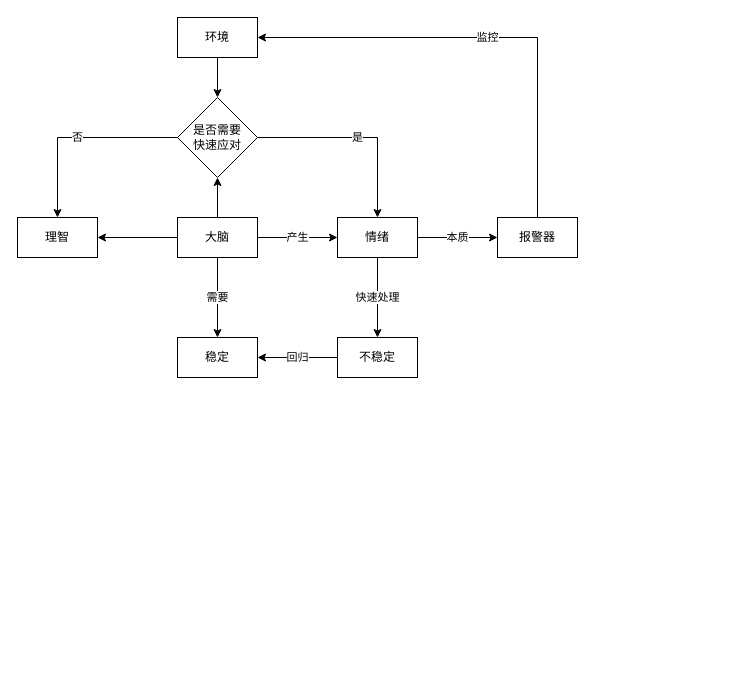
youyusan/open_mind keeps this draw.io diagram as 掌控情绪.drawio. Above is the earlier version. Source tidied: cells renumbered, new cells numbered last; positions are measured from the earlier drawing's top-left corner, leaving out a move shared by most shapes. Both pictures are drawn from the tidied source at 100%, with x=0, y=0 at pixel (17, 17).
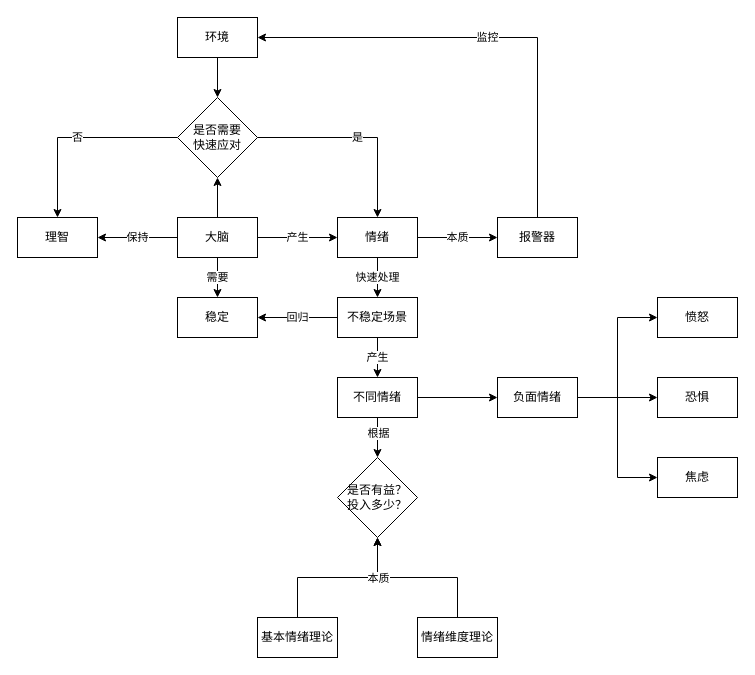
Above is the later version.

Commit message (it also covers changes not shown here):
更新掌控情绪.drawio

The change refers to these unchanged cells:
```xml
<mxCell id="4" value="理智" style="rounded=0;whiteSpace=wrap;html=1;" parent="1" vertex="1">
  <mxGeometry y="200" width="80" height="40" as="geometry" />
</mxCell>
<mxCell id="9" value="大脑" style="rounded=0;whiteSpace=wrap;html=1;" parent="1" vertex="1">
  <mxGeometry x="160" y="200" width="80" height="40" as="geometry" />
</mxCell>
```

What changed in the source:
```diff
@@
-    <mxCell id="5" style="edgeStyle=orthogonalEdgeStyle;rounded=0;jettySize=auto;html=1;entryX=1;entryY=0.5;entryDx=0;entryDy=0;" parent="1" edge="1" source="9" target="4">
+    <mxCell id="5" value="保持" style="edgeStyle=orthogonalEdgeStyle;rounded=0;jettySize=auto;html=1;entryX=1;entryY=0.5;entryDx=0;entryDy=0;" parent="1" edge="1" source="9" target="4">
       <mxGeometry relative="1" as="geometry" />
     </mxCell>
@@
+    <mxCell id="21" value="产生" style="edgeStyle=orthogonalEdgeStyle;rounded=0;jettySize=auto;html=1;entryX=0.5;entryY=0;entryDx=0;entryDy=0;" parent="1" edge="1" source="19" target="31">
+      <mxGeometry relative="1" as="geometry" />
+    </mxCell>
-    <mxCell id="19" value="不稳定" style="rounded=0;whiteSpace=wrap;html=1;" parent="1" vertex="1">
-      <mxGeometry x="320" y="320" width="80" height="40" as="geometry" />
+    <mxCell id="19" value="不稳定场景" style="rounded=0;whiteSpace=wrap;html=1;" parent="1" vertex="1">
+      <mxGeometry x="320" y="280" width="80" height="40" as="geometry" />
     </mxCell>
     <mxCell id="20" value="稳定" style="rounded=0;whiteSpace=wrap;html=1;" parent="1" vertex="1">
-      <mxGeometry x="160" y="320" width="80" height="40" as="geometry" />
+      <mxGeometry x="160" y="280" width="80" height="40" as="geometry" />
     </mxCell>
+    <mxCell id="22" style="edgeStyle=orthogonalEdgeStyle;rounded=0;jettySize=auto;html=1;entryX=0.5;entryY=1;entryDx=0;entryDy=0;" parent="1" edge="1" source="23" target="27">
+      <mxGeometry relative="1" as="geometry" />
+    </mxCell>
+    <mxCell id="23" value="基本情绪理论" style="rounded=0;whiteSpace=wrap;html=1;" parent="1" vertex="1">
+      <mxGeometry x="240" y="600" width="80" height="40" as="geometry" />
+    </mxCell>
+    <mxCell id="24" style="edgeStyle=orthogonalEdgeStyle;rounded=0;jettySize=auto;html=1;entryX=0.5;entryY=1;entryDx=0;entryDy=0;" parent="1" edge="1" source="26" target="27">
+      <mxGeometry relative="1" as="geometry" />
+    </mxCell>
+    <mxCell id="25" value="本质" style="edgeLabel;html=1;align=center;verticalAlign=middle;" parent="24" vertex="1">
+      <mxGeometry x="0.51" y="-1" relative="1" as="geometry">
+        <mxPoint x="-1" y="1" as="offset" />
+      </mxGeometry>
+    </mxCell>
+    <mxCell id="26" value="情绪维度理论" style="rounded=0;whiteSpace=wrap;html=1;" parent="1" vertex="1">
+      <mxGeometry x="400" y="600" width="80" height="40" as="geometry" />
+    </mxCell>
+    <mxCell id="27" value="是否有益？&lt;br&gt;投入多少？" style="rhombus;whiteSpace=wrap;html=1;" parent="1" vertex="1">
+      <mxGeometry x="320" y="440" width="80" height="80" as="geometry" />
+    </mxCell>
+    <mxCell id="28" style="edgeStyle=orthogonalEdgeStyle;rounded=0;jettySize=auto;html=1;entryX=0.5;entryY=0;entryDx=0;entryDy=0;" parent="1" edge="1" source="31" target="27">
+      <mxGeometry relative="1" as="geometry" />
+    </mxCell>
+    <mxCell id="29" value="根据" style="edgeLabel;html=1;align=center;verticalAlign=middle;" parent="28" vertex="1">
+      <mxGeometry x="-0.25" relative="1" as="geometry" />
+    </mxCell>
+    <mxCell id="30" style="edgeStyle=orthogonalEdgeStyle;rounded=0;jettySize=auto;html=1;" parent="1" edge="1" source="31" target="35">
+      <mxGeometry relative="1" as="geometry" />
+    </mxCell>
+    <mxCell id="31" value="不同情绪" style="rounded=0;whiteSpace=wrap;html=1;" parent="1" vertex="1">
+      <mxGeometry x="320" y="360" width="80" height="40" as="geometry" />
+    </mxCell>
+    <mxCell id="32" style="edgeStyle=orthogonalEdgeStyle;rounded=0;jettySize=auto;html=1;entryX=0;entryY=0.5;entryDx=0;entryDy=0;" parent="1" edge="1" source="35" target="36">
+      <mxGeometry relative="1" as="geometry" />
+    </mxCell>
+    <mxCell id="33" style="edgeStyle=orthogonalEdgeStyle;rounded=0;jettySize=auto;html=1;entryX=0;entryY=0.5;entryDx=0;entryDy=0;" parent="1" edge="1" source="35" target="37">
+      <mxGeometry relative="1" as="geometry" />
+    </mxCell>
+    <mxCell id="34" style="edgeStyle=orthogonalEdgeStyle;rounded=0;jettySize=auto;html=1;entryX=0;entryY=0.5;entryDx=0;entryDy=0;" parent="1" edge="1" source="35" target="38">
+      <mxGeometry relative="1" as="geometry" />
+    </mxCell>
+    <mxCell id="35" value="负面情绪" style="rounded=0;whiteSpace=wrap;html=1;" parent="1" vertex="1">
+      <mxGeometry x="480" y="360" width="80" height="40" as="geometry" />
+    </mxCell>
+    <mxCell id="36" value="愤怒" style="rounded=0;whiteSpace=wrap;html=1;" parent="1" vertex="1">
+      <mxGeometry x="640" y="280" width="80" height="40" as="geometry" />
+    </mxCell>
+    <mxCell id="37" value="恐惧" style="rounded=0;whiteSpace=wrap;html=1;" parent="1" vertex="1">
+      <mxGeometry x="640" y="360" width="80" height="40" as="geometry" />
+    </mxCell>
+    <mxCell id="38" value="焦虑" style="rounded=0;whiteSpace=wrap;html=1;" parent="1" vertex="1">
+      <mxGeometry x="640" y="440" width="80" height="40" as="geometry" />
+    </mxCell>
```
